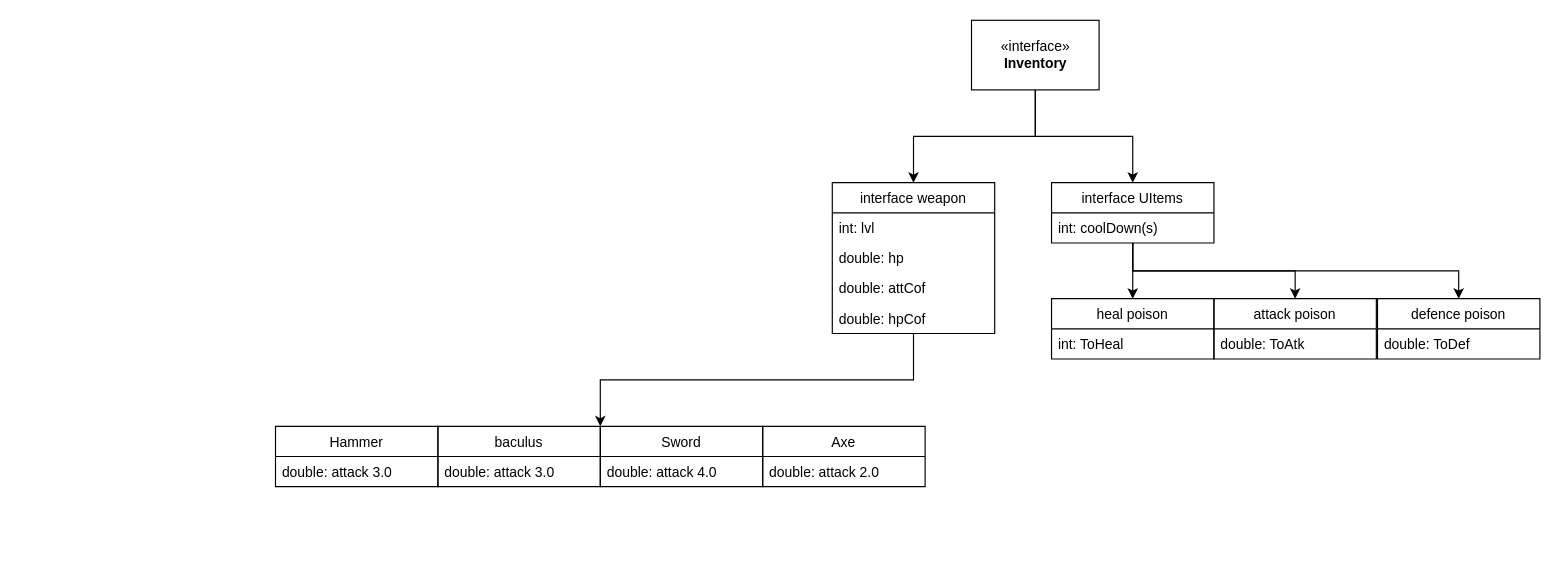
Above: page "Inventory(weapon,UItems)" (2 of 3) of src/plan/projectDiagram.drawio in vfedychkanych/MyPlayProj (draw.io), before the change. Source tidied: cells renumbered, new cells numbered last; positions are measured from the earlier drawing's top-left corner, leaving out a move shared by most shapes. Both pictures are drawn from the tidied source at 116%, with x=0, y=0 at pixel (275, 20).
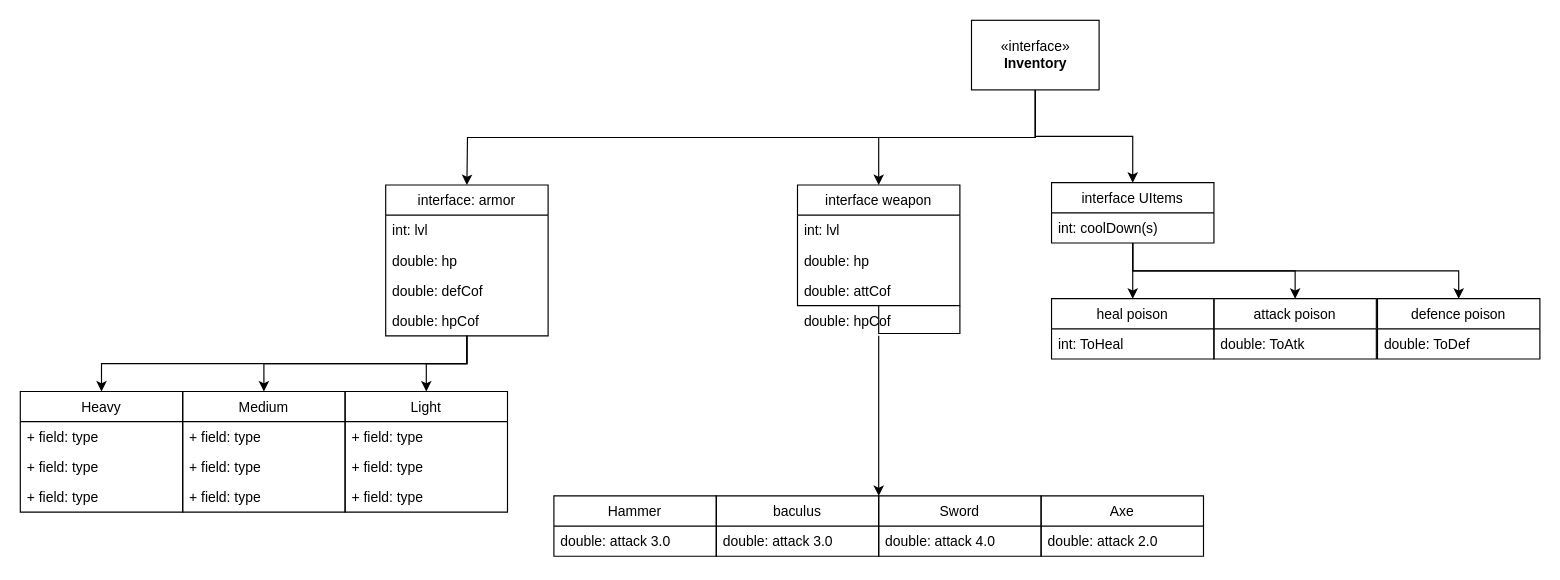
After the change.

Unchanged cells that the change refers to:
```xml
<mxCell id="12" value="«interface»&lt;br&gt;&lt;b&gt;Inventory&lt;/b&gt;" style="html=1;" parent="1" vertex="1">
  <mxGeometry x="600" width="110" height="60" as="geometry" />
</mxCell>
```

Change to the diagram source:
```diff
@@
     <mxCell id="2" value="Axe" style="swimlane;fontStyle=0;horizontal=1;startSize=26;fillColor=none;" parent="1" vertex="1">
-      <mxGeometry x="420" y="350" width="140" height="52" as="geometry" />
+      <mxGeometry x="660" y="410" width="140" height="52" as="geometry" />
     </mxCell>
@@
     <mxCell id="4" value="Sword" style="swimlane;fontStyle=0;horizontal=1;startSize=26;fillColor=none;" parent="1" vertex="1">
-      <mxGeometry x="280" y="350" width="140" height="52" as="geometry" />
+      <mxGeometry x="520" y="410" width="140" height="52" as="geometry" />
     </mxCell>
@@
     <mxCell id="6" value="baculus" style="swimlane;fontStyle=0;horizontal=1;startSize=26;fillColor=none;" parent="1" vertex="1">
-      <mxGeometry x="140" y="350" width="140" height="52" as="geometry" />
+      <mxGeometry x="380" y="410" width="140" height="52" as="geometry" />
     </mxCell>
@@
     <mxCell id="8" value="Hammer" style="swimlane;fontStyle=0;horizontal=1;startSize=26;fillColor=none;" parent="1" vertex="1">
-      <mxGeometry y="350" width="140" height="52" as="geometry" />
+      <mxGeometry x="240" y="410" width="140" height="52" as="geometry" />
     </mxCell>
@@
+    <mxCell id="30" style="edgeStyle=orthogonalEdgeStyle;rounded=0;jettySize=auto;html=1;exitX=0.5;exitY=1;exitDx=0;exitDy=0;entryX=0.5;entryY=0;entryDx=0;entryDy=0;" parent="1" edge="1" source="12">
+      <mxGeometry relative="1" as="geometry">
+        <mxPoint x="165" y="142" as="targetPoint" />
+      </mxGeometry>
+    </mxCell>
@@
-    <mxCell id="13" style="edgeStyle=orthogonalEdgeStyle;rounded=0;jettySize=auto;html=1;exitX=0.5;exitY=1;exitDx=0;exitDy=0;entryX=1;entryY=0;entryDx=0;entryDy=0;" parent="1" edge="1" source="14" target="6">
+    <mxCell id="13" style="edgeStyle=orthogonalEdgeStyle;rounded=0;jettySize=auto;html=1;exitX=0.5;exitY=1;exitDx=0;exitDy=0;entryX=1;entryY=0;entryDx=0;entryDy=0;startArrow=none;" parent="1" edge="1" source="18" target="6">
       <mxGeometry relative="1" as="geometry" />
     </mxCell>
     <mxCell id="14" value="interface weapon" style="swimlane;fontStyle=0;horizontal=1;startSize=26;fillColor=none;" parent="1" vertex="1">
-      <mxGeometry x="480" y="140" width="140" height="130" as="geometry" />
+      <mxGeometry x="450" y="142" width="140" height="104" as="geometry" />
     </mxCell>
@@
-    <mxCell id="18" value="double: hpCof" style="text;strokeColor=none;fillColor=none;align=left;verticalAlign=top;spacingLeft=4;spacingRight=4;overflow=hidden;points=[[0,0.5],[1,0.5]];portConstraint=eastwest;" parent="14" vertex="1">
-      <mxGeometry y="104" width="140" height="26" as="geometry" />
-    </mxCell>
@@
+    <mxCell id="18" value="double: hpCof" style="text;strokeColor=none;fillColor=none;align=left;verticalAlign=top;spacingLeft=4;spacingRight=4;overflow=hidden;points=[[0,0.5],[1,0.5]];portConstraint=eastwest;" parent="1" vertex="1">
+      <mxGeometry x="450" y="246" width="140" height="26" as="geometry" />
+    </mxCell>
+    <mxCell id="31" style="edgeStyle=orthogonalEdgeStyle;rounded=0;jettySize=auto;html=1;exitX=0.5;exitY=1;exitDx=0;exitDy=0;entryX=1;entryY=0;entryDx=0;entryDy=0;endArrow=none;" parent="1" edge="1" source="14" target="18">
+      <mxGeometry relative="1" as="geometry">
+        <Array as="points">
+          <mxPoint x="520" y="270" />
+          <mxPoint x="590" y="270" />
+        </Array>
+      </mxGeometry>
+    </mxCell>
+    <mxCell id="32" value="Heavy" style="swimlane;fontStyle=0;horizontal=1;startSize=26;fillColor=none;" parent="1" vertex="1">
+      <mxGeometry x="-220" y="320" width="140" height="104" as="geometry" />
+    </mxCell>
+    <mxCell id="33" value="+ field: type" style="text;strokeColor=none;fillColor=none;align=left;verticalAlign=top;spacingLeft=4;spacingRight=4;overflow=hidden;" parent="32" vertex="1">
+      <mxGeometry y="26" width="140" height="26" as="geometry" />
+    </mxCell>
+    <mxCell id="34" value="+ field: type" style="text;strokeColor=none;fillColor=none;align=left;verticalAlign=top;spacingLeft=4;spacingRight=4;overflow=hidden;" parent="32" vertex="1">
+      <mxGeometry y="52" width="140" height="26" as="geometry" />
+    </mxCell>
+    <mxCell id="35" value="+ field: type" style="text;strokeColor=none;fillColor=none;align=left;verticalAlign=top;spacingLeft=4;spacingRight=4;overflow=hidden;" parent="32" vertex="1">
+      <mxGeometry y="78" width="140" height="26" as="geometry" />
+    </mxCell>
+    <mxCell id="36" value="Medium" style="swimlane;fontStyle=0;horizontal=1;startSize=26;fillColor=none;" parent="1" vertex="1">
+      <mxGeometry x="-80" y="320" width="140" height="104" as="geometry" />
+    </mxCell>
+    <mxCell id="37" value="+ field: type" style="text;strokeColor=none;fillColor=none;align=left;verticalAlign=top;spacingLeft=4;spacingRight=4;overflow=hidden;" parent="36" vertex="1">
+      <mxGeometry y="26" width="140" height="26" as="geometry" />
+    </mxCell>
+    <mxCell id="38" value="+ field: type" style="text;strokeColor=none;fillColor=none;align=left;verticalAlign=top;spacingLeft=4;spacingRight=4;overflow=hidden;" parent="36" vertex="1">
+      <mxGeometry y="52" width="140" height="26" as="geometry" />
+    </mxCell>
+    <mxCell id="39" value="+ field: type" style="text;strokeColor=none;fillColor=none;align=left;verticalAlign=top;spacingLeft=4;spacingRight=4;overflow=hidden;" parent="36" vertex="1">
+      <mxGeometry y="78" width="140" height="26" as="geometry" />
+    </mxCell>
+    <mxCell id="40" value="Light" style="swimlane;fontStyle=0;horizontal=1;startSize=26;fillColor=none;" parent="1" vertex="1">
+      <mxGeometry x="60" y="320" width="140" height="104" as="geometry" />
+    </mxCell>
+    <mxCell id="41" value="+ field: type" style="text;strokeColor=none;fillColor=none;align=left;verticalAlign=top;spacingLeft=4;spacingRight=4;overflow=hidden;" parent="40" vertex="1">
+      <mxGeometry y="26" width="140" height="26" as="geometry" />
+    </mxCell>
+    <mxCell id="42" value="+ field: type" style="text;strokeColor=none;fillColor=none;align=left;verticalAlign=top;spacingLeft=4;spacingRight=4;overflow=hidden;" parent="40" vertex="1">
+      <mxGeometry y="52" width="140" height="26" as="geometry" />
+    </mxCell>
+    <mxCell id="43" value="+ field: type" style="text;strokeColor=none;fillColor=none;align=left;verticalAlign=top;spacingLeft=4;spacingRight=4;overflow=hidden;" parent="40" vertex="1">
+      <mxGeometry y="78" width="140" height="26" as="geometry" />
+    </mxCell>
+    <mxCell id="44" style="edgeStyle=orthogonalEdgeStyle;rounded=0;jettySize=auto;html=1;exitX=0.5;exitY=1;exitDx=0;exitDy=0;entryX=0.5;entryY=0;entryDx=0;entryDy=0;" parent="1" edge="1" source="47" target="40">
+      <mxGeometry relative="1" as="geometry" />
+    </mxCell>
+    <mxCell id="45" style="edgeStyle=orthogonalEdgeStyle;rounded=0;jettySize=auto;html=1;exitX=0.5;exitY=1;exitDx=0;exitDy=0;entryX=0.5;entryY=0;entryDx=0;entryDy=0;" parent="1" edge="1" source="47" target="36">
+      <mxGeometry relative="1" as="geometry" />
+    </mxCell>
+    <mxCell id="46" style="edgeStyle=orthogonalEdgeStyle;rounded=0;jettySize=auto;html=1;exitX=0.5;exitY=1;exitDx=0;exitDy=0;entryX=0.5;entryY=0;entryDx=0;entryDy=0;" parent="1" edge="1" source="47" target="32">
+      <mxGeometry relative="1" as="geometry" />
+    </mxCell>
+    <mxCell id="47" value="interface: armor" style="swimlane;fontStyle=0;horizontal=1;startSize=26;fillColor=none;" parent="1" vertex="1">
+      <mxGeometry x="95" y="142" width="140" height="130" as="geometry" />
+    </mxCell>
+    <mxCell id="48" value="int: lvl" style="text;strokeColor=none;fillColor=none;align=left;verticalAlign=top;spacingLeft=4;spacingRight=4;overflow=hidden;" parent="47" vertex="1">
+      <mxGeometry y="26" width="140" height="26" as="geometry" />
+    </mxCell>
+    <mxCell id="49" value="double: hp" style="text;strokeColor=none;fillColor=none;align=left;verticalAlign=top;spacingLeft=4;spacingRight=4;overflow=hidden;" parent="47" vertex="1">
+      <mxGeometry y="52" width="140" height="26" as="geometry" />
+    </mxCell>
+    <mxCell id="50" value="double: defCof" style="text;strokeColor=none;fillColor=none;align=left;verticalAlign=top;spacingLeft=4;spacingRight=4;overflow=hidden;" parent="47" vertex="1">
+      <mxGeometry y="78" width="140" height="26" as="geometry" />
+    </mxCell>
+    <mxCell id="51" value="double: hpCof" style="text;strokeColor=none;fillColor=none;align=left;verticalAlign=top;spacingLeft=4;spacingRight=4;overflow=hidden;" parent="47" vertex="1">
+      <mxGeometry y="104" width="140" height="26" as="geometry" />
+    </mxCell>
```
